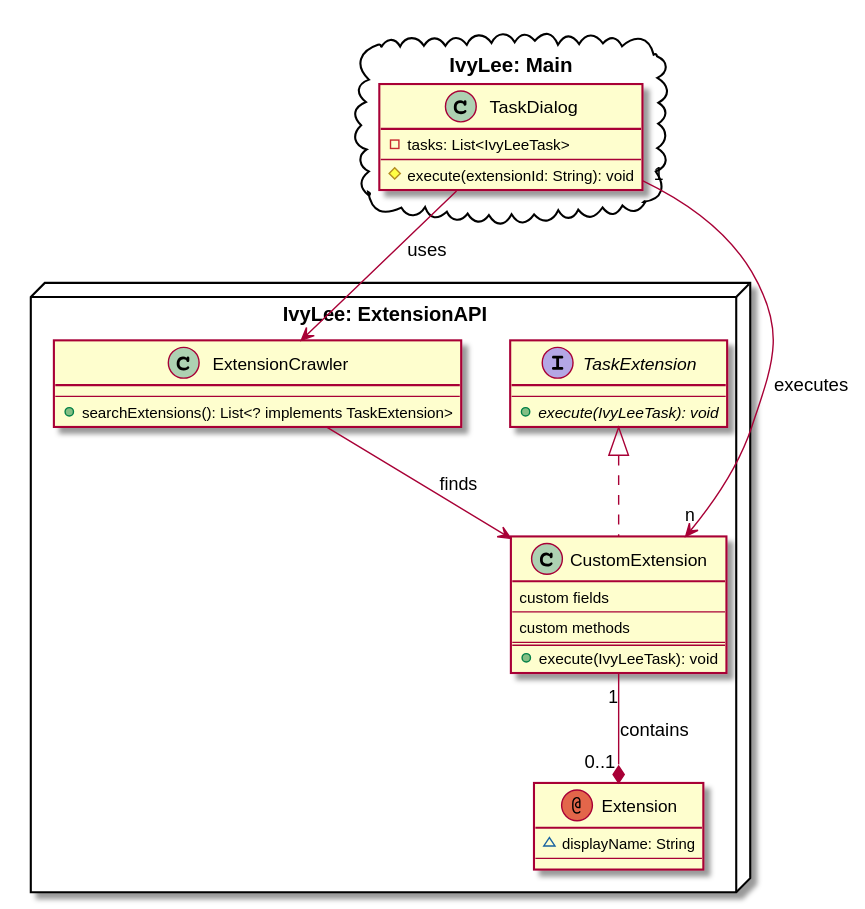
Before: documentation/files/TaskExtension.svg, a diagram exported from PlantUML (ottx96/ivy-lee).
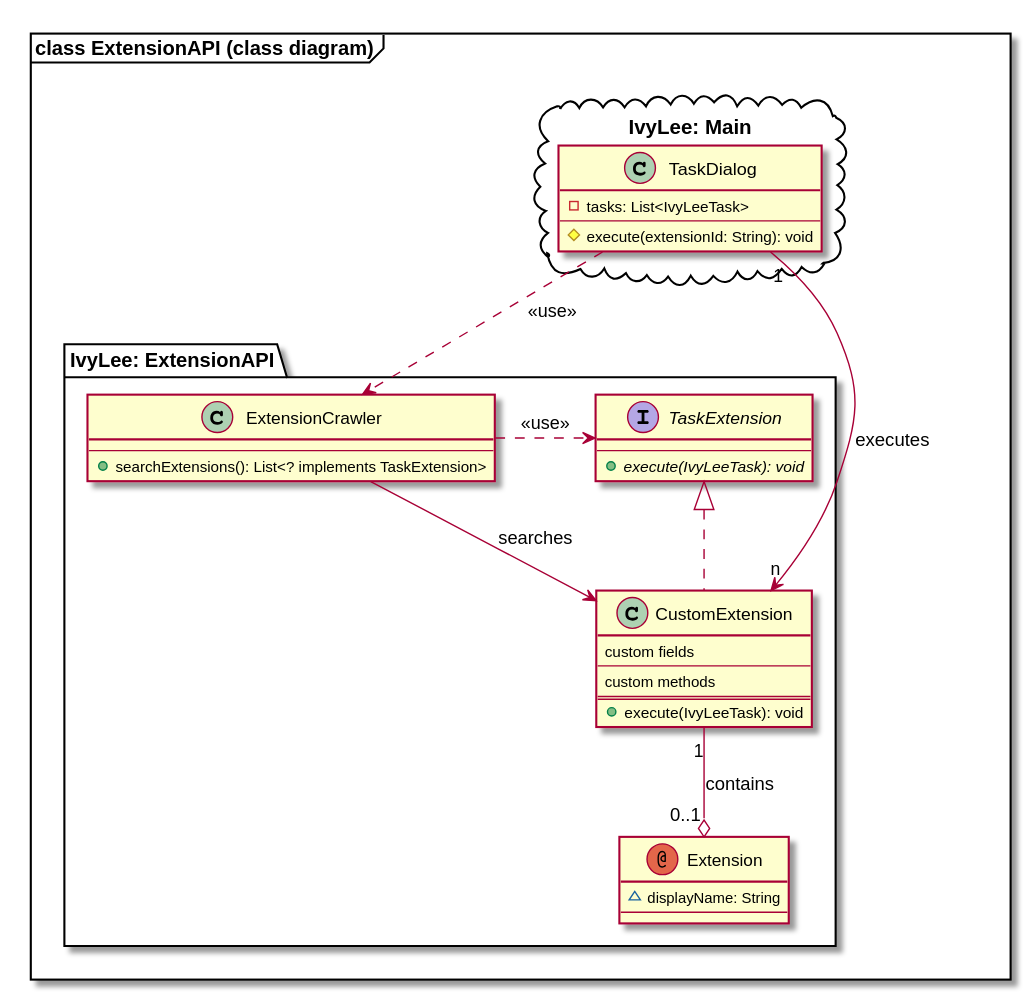
The same file after the commit.

Commit message:
Change UML class diagram

What changed in the source:
```diff
@@ -1,33 +1,36 @@
 @startuml
-package "IvyLee: Main" <<Cloud>> {
- class TaskDialog {
-  - tasks: List<IvyLeeTask>
+package "class ExtensionAPI (class diagram)" <<frame>>{
+  package "IvyLee: Main" <<Cloud>> {
+   class TaskDialog {
+    - tasks: List<IvyLeeTask>
+    --
+    # execute(extensionId: String): void
+   }
+  }
+  package "IvyLee: ExtensionAPI" <<Package>> {
+  annotation Extension
+  Extension : ~ displayName: String
+  Extension : --
+  class CustomExtension implements TaskExtension {
+  custom fields
   --
-  # execute(extensionId: String): void
- }
-}
-package "IvyLee: ExtensionAPI" <<Node>> {
-annotation Extension
-Extension : ~ displayName: String
-Extension : --
-class CustomExtension implements TaskExtension {
-custom fields
---
-custom methods
-==
- + execute(IvyLeeTask): void
-}
-interface TaskExtension {
- --
- + {abstract} execute(IvyLeeTask): void
-}
-class ExtensionCrawler {
- --
- + searchExtensions(): List<? implements TaskExtension>
-}
-  ExtensionCrawler --> CustomExtension: finds
-  TaskDialog --> ExtensionCrawler: uses
-  TaskDialog "1" --> "n" CustomExtension: executes
-  CustomExtension "1" --* "0..1" Extension: contains
+  custom methods
+  ==
+   + execute(IvyLeeTask): void
+  }
+  interface TaskExtension {
+   --
+   + {abstract} execute(IvyLeeTask): void
+  }
+  class ExtensionCrawler {
+   --
+   + searchExtensions(): List<? implements TaskExtension>
+  }
+    ExtensionCrawler --> CustomExtension: searches
+    ExtensionCrawler .> TaskExtension: <<use>>
+    TaskDialog ..> ExtensionCrawler: <<use>>
+    TaskDialog "1" ---> "n" CustomExtension: executes
+    CustomExtension "1" --o "0..1" Extension: contains
+  }
 }
 @enduml
```
